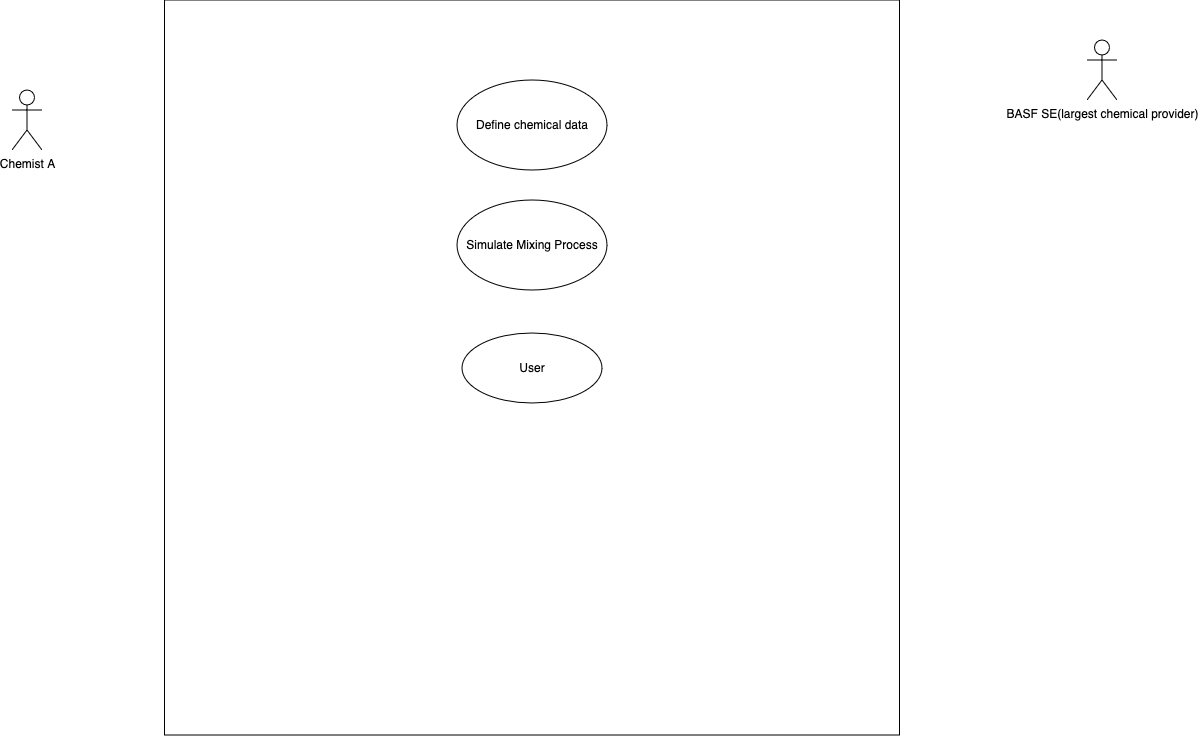
The draw.io diagram usecase.PNG in a-l-a-z-a-r/Chemical-Mixing-Data-Synthesis, before a commit. Source tidied: cells renumbered, new cells last; positions are measured from the earlier drawing's top-left corner, leaving out a move shared by most shapes. Its diagram source:
```xml
<mxGraphModel>
  <root>
    <mxCell id="0" />
    <mxCell id="1" parent="0" />
    <mxCell id="2" value="Chemist A" style="shape=umlActor;verticalLabelPosition=bottom;verticalAlign=top;html=1;" parent="1" vertex="1">
      <mxGeometry y="90" width="30" height="60" as="geometry" />
    </mxCell>
    <mxCell id="3" style="whiteSpace=wrap;html=1;" parent="1" vertex="1">
      <mxGeometry x="152.5" width="735" height="735" as="geometry" />
    </mxCell>
    <mxCell id="4" value="&lt;div&gt;BASF SE(largest chemical provider)&lt;br&gt;&lt;/div&gt;&lt;div&gt;&lt;br&gt;&lt;/div&gt;" style="shape=umlActor;verticalLabelPosition=bottom;verticalAlign=top;html=1;" parent="1" vertex="1">
      <mxGeometry x="1075" y="40" width="30" height="60" as="geometry" />
    </mxCell>
    <mxCell id="5" value="Define chemical data" style="ellipse;whiteSpace=wrap;html=1;" parent="1" vertex="1">
      <mxGeometry x="445" y="80" width="150" height="90" as="geometry" />
    </mxCell>
    <mxCell id="6" value="Simulate Mixing Process" style="ellipse;whiteSpace=wrap;html=1;" parent="1" vertex="1">
      <mxGeometry x="445" y="200" width="150" height="90" as="geometry" />
    </mxCell>
    <mxCell id="7" value="User" style="ellipse;whiteSpace=wrap;html=1;" parent="1" vertex="1">
      <mxGeometry x="450" y="333" width="140" height="70" as="geometry" />
    </mxCell>
  </root>
</mxGraphModel>
```
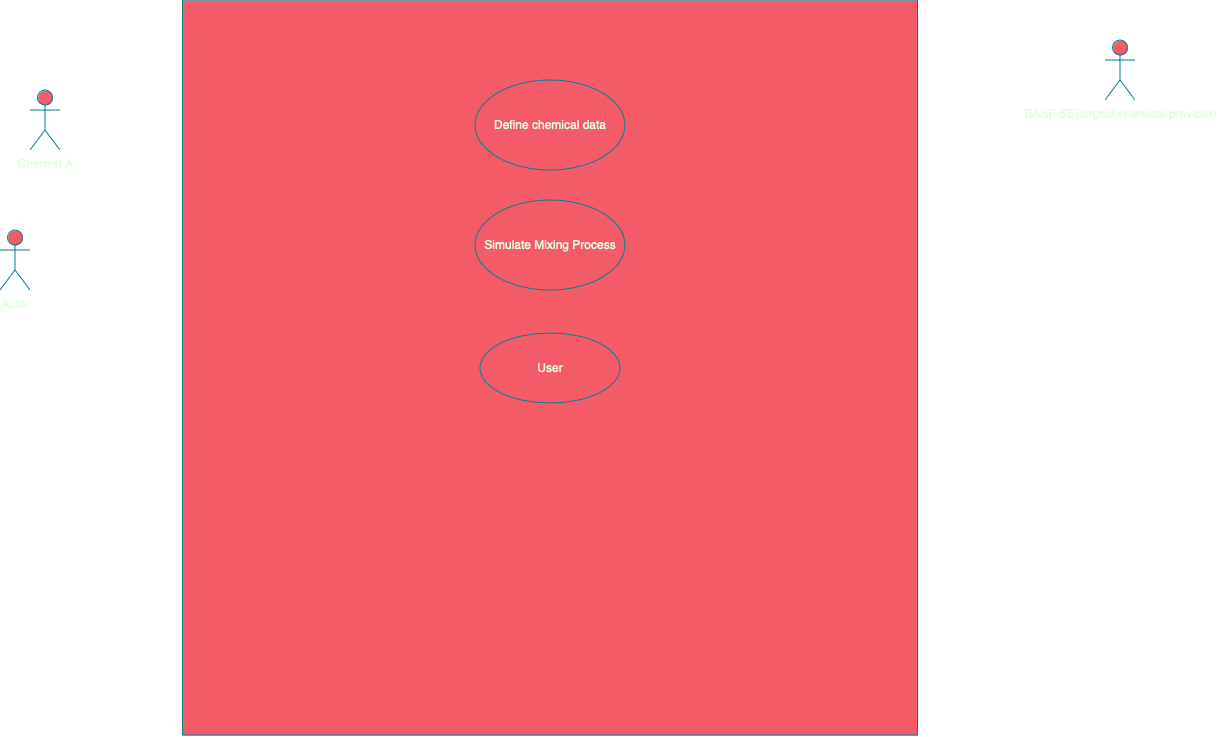
The same diagram one commit later.

Diff of the diagram source:
```diff
@@ -2,23 +2,26 @@
   <root>
     <mxCell id="0" />
     <mxCell id="1" parent="0" />
-    <mxCell id="2" value="Chemist A" style="shape=umlActor;verticalLabelPosition=bottom;verticalAlign=top;html=1;" parent="1" vertex="1">
+    <mxCell id="2" value="Chemist A" style="shape=umlActor;verticalLabelPosition=bottom;verticalAlign=top;html=1;labelBackgroundColor=none;fillColor=#F45B69;strokeColor=#028090;fontColor=#E4FDE1;" parent="1" vertex="1">
       <mxGeometry y="90" width="30" height="60" as="geometry" />
     </mxCell>
-    <mxCell id="3" style="whiteSpace=wrap;html=1;" parent="1" vertex="1">
+    <mxCell id="3" style="whiteSpace=wrap;html=1;labelBackgroundColor=none;fillColor=#F45B69;strokeColor=#028090;fontColor=#E4FDE1;" parent="1" vertex="1">
       <mxGeometry x="152.5" width="735" height="735" as="geometry" />
     </mxCell>
-    <mxCell id="4" value="&lt;div&gt;BASF SE(largest chemical provider)&lt;br&gt;&lt;/div&gt;&lt;div&gt;&lt;br&gt;&lt;/div&gt;" style="shape=umlActor;verticalLabelPosition=bottom;verticalAlign=top;html=1;" parent="1" vertex="1">
+    <mxCell id="4" value="&lt;div&gt;BASF SE(largest chemical provider)&lt;br&gt;&lt;/div&gt;&lt;div&gt;&lt;br&gt;&lt;/div&gt;" style="shape=umlActor;verticalLabelPosition=bottom;verticalAlign=top;html=1;labelBackgroundColor=none;fillColor=#F45B69;strokeColor=#028090;fontColor=#E4FDE1;" parent="1" vertex="1">
       <mxGeometry x="1075" y="40" width="30" height="60" as="geometry" />
     </mxCell>
-    <mxCell id="5" value="Define chemical data" style="ellipse;whiteSpace=wrap;html=1;" parent="1" vertex="1">
+    <mxCell id="5" value="Define chemical data" style="ellipse;whiteSpace=wrap;html=1;labelBackgroundColor=none;fillColor=#F45B69;strokeColor=#028090;fontColor=#E4FDE1;" parent="1" vertex="1">
       <mxGeometry x="445" y="80" width="150" height="90" as="geometry" />
     </mxCell>
-    <mxCell id="6" value="Simulate Mixing Process" style="ellipse;whiteSpace=wrap;html=1;" parent="1" vertex="1">
+    <mxCell id="6" value="Simulate Mixing Process" style="ellipse;whiteSpace=wrap;html=1;labelBackgroundColor=none;fillColor=#F45B69;strokeColor=#028090;fontColor=#E4FDE1;" parent="1" vertex="1">
       <mxGeometry x="445" y="200" width="150" height="90" as="geometry" />
     </mxCell>
-    <mxCell id="7" value="User" style="ellipse;whiteSpace=wrap;html=1;" parent="1" vertex="1">
+    <mxCell id="7" value="User" style="ellipse;whiteSpace=wrap;html=1;labelBackgroundColor=none;fillColor=#F45B69;strokeColor=#028090;fontColor=#E4FDE1;" parent="1" vertex="1">
       <mxGeometry x="450" y="333" width="140" height="70" as="geometry" />
     </mxCell>
+    <mxCell id="8" value="Actor" style="shape=umlActor;verticalLabelPosition=bottom;verticalAlign=top;html=1;fillColor=#F45B69;fontColor=#E4FDE1;strokeColor=#028090;labelBackgroundColor=none;" parent="1" vertex="1">
+      <mxGeometry x="-30" y="230" width="30" height="60" as="geometry" />
+    </mxCell>
   </root>
 </mxGraphModel>
```
